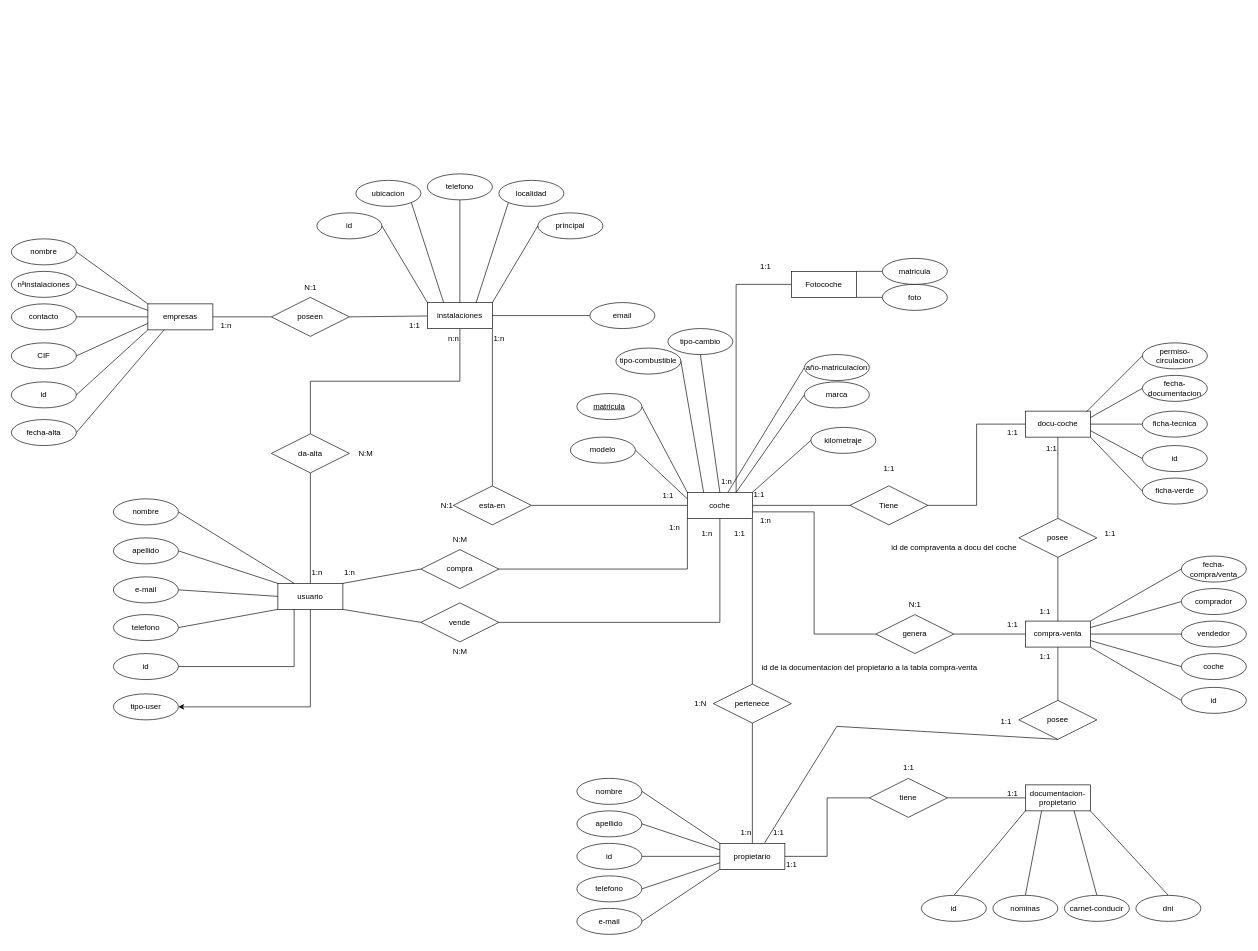
Above: DOCS/ModelosBBDD/gestorDocumental.drawio in nachete905/Gestor-documental (draw.io), before the change. Source tidied: cells renumbered, new cells numbered last; positions are measured from the earlier drawing's top-left corner, leaving out a move shared by most shapes. Both pictures are drawn from the tidied source at 65%, with x=0, y=0 at pixel (11, 174).
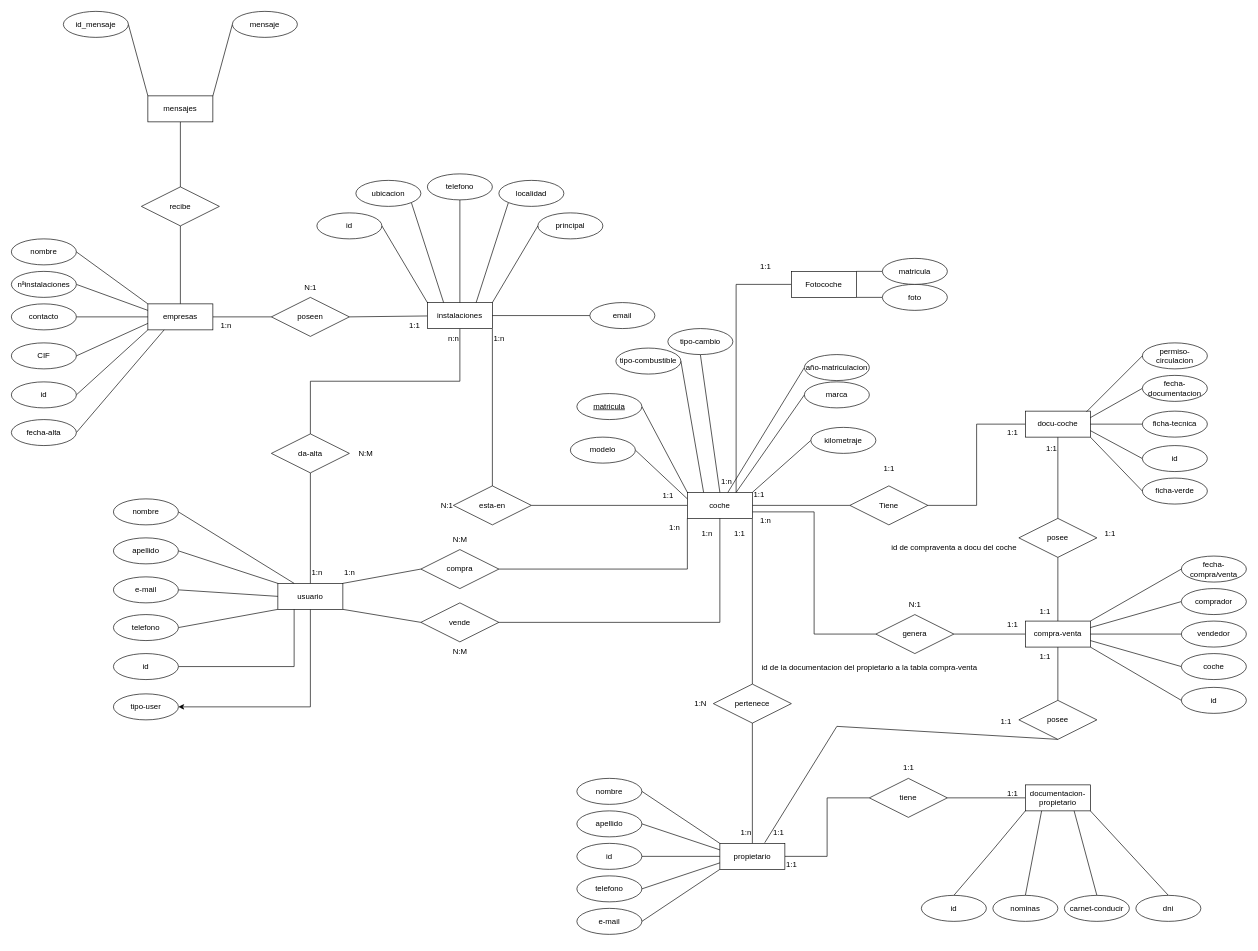
Above is the later version.

The change refers to these unchanged cells:
```xml
<mxCell id="47" value="empresas" style="whiteSpace=wrap;html=1;align=center;" parent="1" vertex="1">
  <mxGeometry x="210" y="200" width="100" height="40" as="geometry" />
</mxCell>
```

The edit, as a diff of the source:
```diff
@@
+    <mxCell id="175" style="edgeStyle=none;rounded=0;jettySize=auto;html=1;exitX=0.5;exitY=0;exitDx=0;exitDy=0;entryX=0.5;entryY=1;entryDx=0;entryDy=0;endArrow=none;endFill=0;" parent="1" edge="1" source="47" target="177">
+      <mxGeometry relative="1" as="geometry" />
+    </mxCell>
@@
+    <mxCell id="176" style="edgeStyle=none;rounded=0;jettySize=auto;html=1;exitX=0.5;exitY=0;exitDx=0;exitDy=0;entryX=0.5;entryY=1;entryDx=0;entryDy=0;endArrow=none;endFill=0;" parent="1" edge="1" source="177" target="178">
+      <mxGeometry relative="1" as="geometry" />
+    </mxCell>
+    <mxCell id="177" value="recibe" style="shape=rhombus;perimeter=rhombusPerimeter;whiteSpace=wrap;html=1;align=center;" parent="1" vertex="1">
+      <mxGeometry x="200" y="20" width="120" height="60" as="geometry" />
+    </mxCell>
+    <mxCell id="178" value="mensajes" style="whiteSpace=wrap;html=1;align=center;" parent="1" vertex="1">
+      <mxGeometry x="210" y="-120" width="100" height="40" as="geometry" />
+    </mxCell>
+    <mxCell id="179" style="edgeStyle=none;rounded=0;jettySize=auto;html=1;exitX=1;exitY=0.5;exitDx=0;exitDy=0;entryX=0;entryY=0;entryDx=0;entryDy=0;endArrow=none;endFill=0;" parent="1" edge="1" source="180" target="178">
+      <mxGeometry relative="1" as="geometry" />
+    </mxCell>
+    <mxCell id="180" value="id_mensaje" style="ellipse;whiteSpace=wrap;html=1;align=center;" parent="1" vertex="1">
+      <mxGeometry x="80" y="-250" width="100" height="40" as="geometry" />
+    </mxCell>
+    <mxCell id="181" style="edgeStyle=none;rounded=0;jettySize=auto;html=1;exitX=0;exitY=0.5;exitDx=0;exitDy=0;entryX=1;entryY=0;entryDx=0;entryDy=0;endArrow=none;endFill=0;" parent="1" edge="1" source="182" target="178">
+      <mxGeometry relative="1" as="geometry" />
+    </mxCell>
+    <mxCell id="182" value="mensaje" style="ellipse;whiteSpace=wrap;html=1;align=center;" parent="1" vertex="1">
+      <mxGeometry x="340" y="-250" width="100" height="40" as="geometry" />
+    </mxCell>
```
